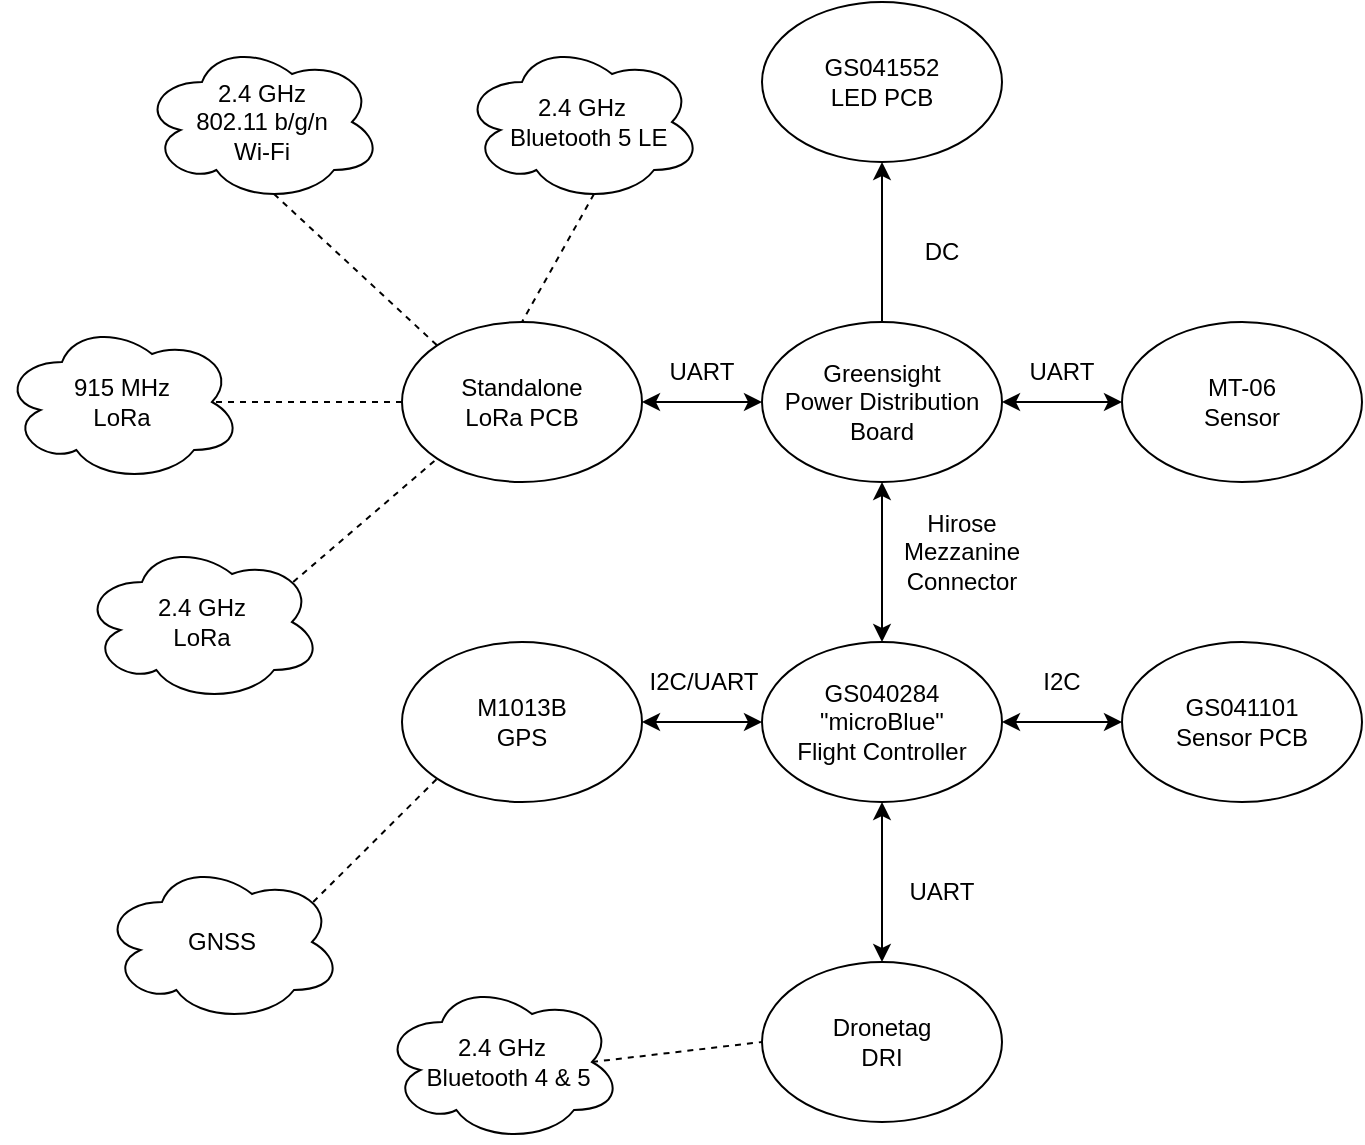
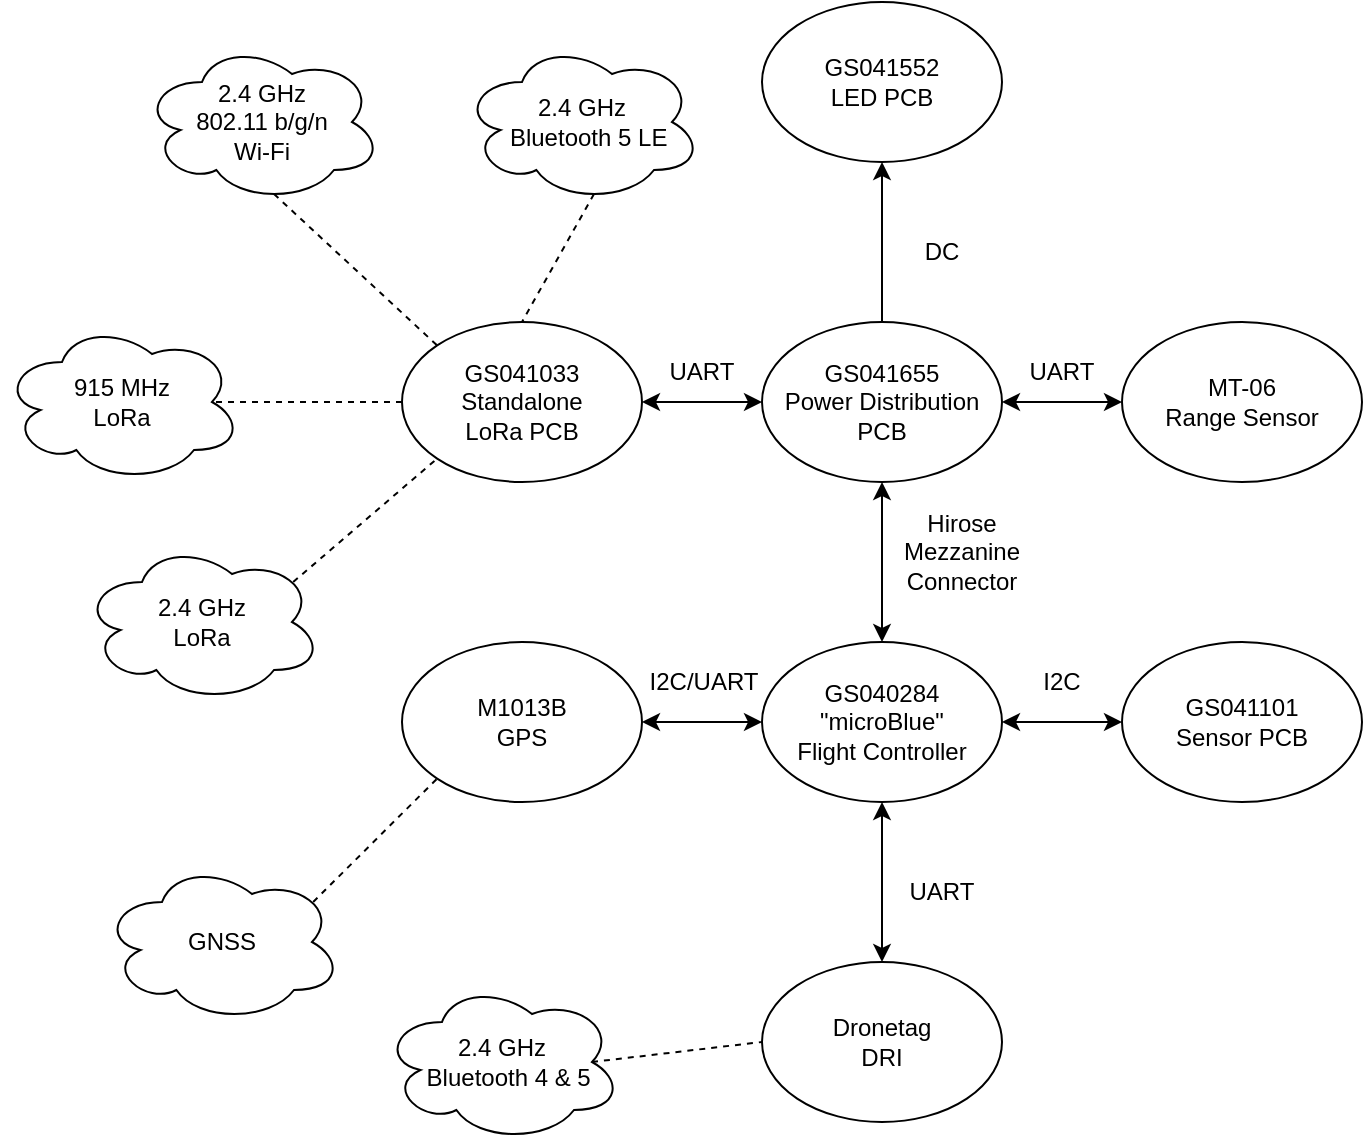
<mxfile host="app.diagrams.net">
  <diagram name="Page-1" id="Q99_MBWURrd7SVdslJ8p">
    <mxGraphModel dx="1414" dy="757" grid="1" gridSize="10" guides="1" tooltips="1" connect="1" arrows="1" fold="1" page="1" pageScale="1" pageWidth="850" pageHeight="1100" math="0" shadow="0">
      <root>
        <mxCell id="0" />
        <mxCell id="1" parent="0" />
-         <mxCell id="8UqH8qmoLQt9KmtnvXob-1" parent="1" style="ellipse;whiteSpace=wrap;html=1;" value="Standalone&lt;br&gt;LoRa PCB" vertex="1">
+         <mxCell id="8UqH8qmoLQt9KmtnvXob-1" parent="1" style="ellipse;whiteSpace=wrap;html=1;" value="GS041033&lt;br&gt;&lt;span style=&quot;background-color: transparent; color: light-dark(rgb(0, 0, 0), rgb(255, 255, 255));&quot;&gt;Standalone&lt;/span&gt;&lt;div&gt;LoRa PCB&lt;/div&gt;" vertex="1">
          <mxGeometry height="80" width="120" x="240" y="210" as="geometry" />
        </mxCell>
        <mxCell id="8UqH8qmoLQt9KmtnvXob-2" parent="1" style="ellipse;whiteSpace=wrap;html=1;" value="GS041552&lt;br&gt;LED PCB" vertex="1">
          <mxGeometry height="80" width="120" x="420" y="50" as="geometry" />
        </mxCell>
        <mxCell id="8UqH8qmoLQt9KmtnvXob-14" edge="1" parent="1" source="8UqH8qmoLQt9KmtnvXob-3" style="edgeStyle=none;rounded=0;orthogonalLoop=1;jettySize=auto;html=1;exitX=0.5;exitY=0;exitDx=0;exitDy=0;entryX=0.5;entryY=1;entryDx=0;entryDy=0;endArrow=classic;endFill=1;" target="8UqH8qmoLQt9KmtnvXob-2">
          <mxGeometry relative="1" as="geometry" />
        </mxCell>
-         <mxCell id="8UqH8qmoLQt9KmtnvXob-3" parent="1" style="ellipse;whiteSpace=wrap;html=1;" value="Greensight&lt;br&gt;Power Distribution Board" vertex="1">
+         <mxCell id="8UqH8qmoLQt9KmtnvXob-3" parent="1" style="ellipse;whiteSpace=wrap;html=1;" value="GS041655&lt;br&gt;Power Distribution PCB" vertex="1">
          <mxGeometry height="80" width="120" x="420" y="210" as="geometry" />
        </mxCell>
        <mxCell id="8UqH8qmoLQt9KmtnvXob-18" edge="1" parent="1" source="8UqH8qmoLQt9KmtnvXob-7" style="edgeStyle=none;rounded=0;orthogonalLoop=1;jettySize=auto;html=1;exitX=0;exitY=0.5;exitDx=0;exitDy=0;entryX=1;entryY=0.5;entryDx=0;entryDy=0;endArrow=classic;endFill=1;startArrow=classic;startFill=1;" target="8UqH8qmoLQt9KmtnvXob-12">
          <mxGeometry relative="1" as="geometry" />
        </mxCell>
        <mxCell id="8UqH8qmoLQt9KmtnvXob-7" parent="1" style="ellipse;whiteSpace=wrap;html=1;" value="GS040284&lt;br&gt;&quot;microBlue&quot;&lt;br&gt;Flight Controller" vertex="1">
          <mxGeometry height="80" width="120" x="420" y="370" as="geometry" />
        </mxCell>
        <mxCell id="8UqH8qmoLQt9KmtnvXob-9" parent="1" style="ellipse;whiteSpace=wrap;html=1;" value="GS041101&lt;br&gt;Sensor PCB" vertex="1">
          <mxGeometry height="80" width="120" x="600" y="370" as="geometry" />
        </mxCell>
        <mxCell id="8UqH8qmoLQt9KmtnvXob-10" parent="1" style="ellipse;whiteSpace=wrap;html=1;" value="Dronetag&lt;br&gt;DRI" vertex="1">
          <mxGeometry height="80" width="120" x="420" y="530" as="geometry" />
        </mxCell>
-         <mxCell id="8UqH8qmoLQt9KmtnvXob-11" parent="1" style="ellipse;whiteSpace=wrap;html=1;" value="MT-06&lt;br&gt;Sensor" vertex="1">
+         <mxCell id="8UqH8qmoLQt9KmtnvXob-11" parent="1" style="ellipse;whiteSpace=wrap;html=1;" value="MT-06&lt;br&gt;Range Sensor" vertex="1">
          <mxGeometry height="80" width="120" x="600" y="210" as="geometry" />
        </mxCell>
        <mxCell id="8UqH8qmoLQt9KmtnvXob-12" parent="1" style="ellipse;whiteSpace=wrap;html=1;" value="M1013B&lt;br&gt;GPS" vertex="1">
          <mxGeometry height="80" width="120" x="240" y="370" as="geometry" />
        </mxCell>
        <mxCell id="8UqH8qmoLQt9KmtnvXob-22" edge="1" parent="1" source="8UqH8qmoLQt9KmtnvXob-21" style="edgeStyle=none;rounded=0;orthogonalLoop=1;jettySize=auto;html=1;exitX=0.55;exitY=0.95;exitDx=0;exitDy=0;exitPerimeter=0;entryX=0;entryY=0;entryDx=0;entryDy=0;endArrow=none;endFill=0;dashed=1;" target="8UqH8qmoLQt9KmtnvXob-1">
          <mxGeometry relative="1" as="geometry" />
        </mxCell>
        <mxCell id="8UqH8qmoLQt9KmtnvXob-21" parent="1" style="ellipse;shape=cloud;whiteSpace=wrap;html=1;" value="2.4 GHz&lt;br&gt;802.11 b/g/n&lt;br&gt;Wi-Fi" vertex="1">
          <mxGeometry height="80" width="120" x="110" y="70" as="geometry" />
        </mxCell>
        <mxCell id="8UqH8qmoLQt9KmtnvXob-24" edge="1" parent="1" source="8UqH8qmoLQt9KmtnvXob-23" style="edgeStyle=none;rounded=0;orthogonalLoop=1;jettySize=auto;html=1;exitX=0.55;exitY=0.95;exitDx=0;exitDy=0;exitPerimeter=0;entryX=0.5;entryY=0;entryDx=0;entryDy=0;endArrow=none;endFill=0;dashed=1;" target="8UqH8qmoLQt9KmtnvXob-1">
          <mxGeometry relative="1" as="geometry" />
        </mxCell>
        <mxCell id="8UqH8qmoLQt9KmtnvXob-23" parent="1" style="ellipse;shape=cloud;whiteSpace=wrap;html=1;" value="2.4 GHz&lt;br&gt;&amp;nbsp; Bluetooth 5 LE" vertex="1">
          <mxGeometry height="80" width="120" x="270" y="70" as="geometry" />
        </mxCell>
        <mxCell id="8UqH8qmoLQt9KmtnvXob-25" parent="1" style="ellipse;shape=cloud;whiteSpace=wrap;html=1;" value="GNSS" vertex="1">
          <mxGeometry height="80" width="120" x="90" y="480" as="geometry" />
        </mxCell>
        <mxCell id="8UqH8qmoLQt9KmtnvXob-27" parent="1" style="ellipse;shape=cloud;whiteSpace=wrap;html=1;" value="915 MHz&lt;br&gt;LoRa" vertex="1">
          <mxGeometry height="80" width="120" x="40" y="210" as="geometry" />
        </mxCell>
        <mxCell id="8UqH8qmoLQt9KmtnvXob-30" edge="1" parent="1" source="8UqH8qmoLQt9KmtnvXob-1" style="edgeStyle=none;rounded=0;orthogonalLoop=1;jettySize=auto;html=1;exitX=0;exitY=0.5;exitDx=0;exitDy=0;entryX=0.875;entryY=0.5;entryDx=0;entryDy=0;entryPerimeter=0;endArrow=none;endFill=0;dashed=1;" target="8UqH8qmoLQt9KmtnvXob-27">
          <mxGeometry relative="1" as="geometry" />
        </mxCell>
        <mxCell id="8UqH8qmoLQt9KmtnvXob-40" edge="1" parent="1" source="8UqH8qmoLQt9KmtnvXob-10" style="endArrow=classic;startArrow=classic;html=1;rounded=0;entryX=0.5;entryY=1;entryDx=0;entryDy=0;exitX=0.5;exitY=0;exitDx=0;exitDy=0;" target="8UqH8qmoLQt9KmtnvXob-7" value="">
          <mxGeometry height="50" relative="1" width="50" as="geometry">
            <mxPoint x="400" y="410" as="sourcePoint" />
            <mxPoint x="450" y="360" as="targetPoint" />
          </mxGeometry>
        </mxCell>
        <mxCell id="8UqH8qmoLQt9KmtnvXob-41" edge="1" parent="1" source="8UqH8qmoLQt9KmtnvXob-9" style="edgeStyle=none;rounded=0;orthogonalLoop=1;jettySize=auto;html=1;entryX=1;entryY=0.5;entryDx=0;entryDy=0;exitX=0;exitY=0.5;exitDx=0;exitDy=0;startArrow=classic;startFill=1;" target="8UqH8qmoLQt9KmtnvXob-7">
          <mxGeometry relative="1" as="geometry" />
        </mxCell>
        <mxCell id="8UqH8qmoLQt9KmtnvXob-42" edge="1" parent="1" source="8UqH8qmoLQt9KmtnvXob-7" style="endArrow=classic;startArrow=classic;html=1;rounded=0;entryX=0.5;entryY=1;entryDx=0;entryDy=0;exitX=0.5;exitY=0;exitDx=0;exitDy=0;" target="8UqH8qmoLQt9KmtnvXob-3" value="">
          <mxGeometry height="50" relative="1" width="50" as="geometry">
            <mxPoint x="400" y="410" as="sourcePoint" />
            <mxPoint x="450" y="360" as="targetPoint" />
          </mxGeometry>
        </mxCell>
        <mxCell id="8UqH8qmoLQt9KmtnvXob-44" edge="1" parent="1" source="8UqH8qmoLQt9KmtnvXob-3" style="endArrow=classic;startArrow=classic;html=1;rounded=0;exitX=1;exitY=0.5;exitDx=0;exitDy=0;entryX=0;entryY=0.5;entryDx=0;entryDy=0;" target="8UqH8qmoLQt9KmtnvXob-11" value="">
          <mxGeometry height="50" relative="1" width="50" as="geometry">
            <mxPoint x="520" y="310" as="sourcePoint" />
            <mxPoint x="570" y="260" as="targetPoint" />
          </mxGeometry>
        </mxCell>
        <mxCell id="8UqH8qmoLQt9KmtnvXob-45" edge="1" parent="1" source="8UqH8qmoLQt9KmtnvXob-1" style="endArrow=classic;startArrow=classic;html=1;rounded=0;entryX=0;entryY=0.5;entryDx=0;entryDy=0;exitX=1;exitY=0.5;exitDx=0;exitDy=0;" target="8UqH8qmoLQt9KmtnvXob-3" value="">
          <mxGeometry height="50" relative="1" width="50" as="geometry">
            <mxPoint x="400" y="410" as="sourcePoint" />
            <mxPoint x="450" y="360" as="targetPoint" />
          </mxGeometry>
        </mxCell>
        <mxCell id="8UqH8qmoLQt9KmtnvXob-46" edge="1" parent="1" source="8UqH8qmoLQt9KmtnvXob-25" style="endArrow=none;dashed=1;html=1;rounded=0;entryX=0;entryY=1;entryDx=0;entryDy=0;exitX=0.88;exitY=0.25;exitDx=0;exitDy=0;exitPerimeter=0;" target="8UqH8qmoLQt9KmtnvXob-12" value="">
          <mxGeometry height="50" relative="1" width="50" as="geometry">
            <mxPoint x="200" y="490" as="sourcePoint" />
            <mxPoint x="250" y="440" as="targetPoint" />
          </mxGeometry>
        </mxCell>
        <mxCell id="8UqH8qmoLQt9KmtnvXob-47" parent="1" style="text;html=1;whiteSpace=wrap;strokeColor=none;fillColor=none;align=center;verticalAlign=middle;rounded=0;" value="Hirose Mezzanine&lt;br&gt;Connector" vertex="1">
          <mxGeometry height="30" width="60" x="490" y="310" as="geometry" />
        </mxCell>
        <mxCell id="8UqH8qmoLQt9KmtnvXob-48" parent="1" style="text;html=1;whiteSpace=wrap;strokeColor=none;fillColor=none;align=center;verticalAlign=middle;rounded=0;" value="DC" vertex="1">
          <mxGeometry height="30" width="60" x="480" y="160" as="geometry" />
        </mxCell>
        <mxCell id="8UqH8qmoLQt9KmtnvXob-49" parent="1" style="text;html=1;whiteSpace=wrap;strokeColor=none;fillColor=none;align=center;verticalAlign=middle;rounded=0;" value="UART" vertex="1">
          <mxGeometry height="30" width="60" x="480" y="480" as="geometry" />
        </mxCell>
        <mxCell id="8UqH8qmoLQt9KmtnvXob-50" parent="1" style="text;html=1;whiteSpace=wrap;strokeColor=none;fillColor=none;align=center;verticalAlign=middle;rounded=0;" value="I2C/UART" vertex="1">
          <mxGeometry height="30" width="60" x="361" y="375" as="geometry" />
        </mxCell>
        <mxCell id="8UqH8qmoLQt9KmtnvXob-51" parent="1" style="text;html=1;whiteSpace=wrap;strokeColor=none;fillColor=none;align=center;verticalAlign=middle;rounded=0;" value="I2C" vertex="1">
          <mxGeometry height="30" width="60" x="540" y="375" as="geometry" />
        </mxCell>
        <mxCell id="8UqH8qmoLQt9KmtnvXob-52" parent="1" style="text;html=1;whiteSpace=wrap;strokeColor=none;fillColor=none;align=center;verticalAlign=middle;rounded=0;" value="UART" vertex="1">
          <mxGeometry height="30" width="60" x="360" y="220" as="geometry" />
        </mxCell>
        <mxCell id="8UqH8qmoLQt9KmtnvXob-54" edge="1" parent="1" source="8UqH8qmoLQt9KmtnvXob-53" style="edgeStyle=none;rounded=0;orthogonalLoop=1;jettySize=auto;html=1;exitX=0.875;exitY=0.5;exitDx=0;exitDy=0;exitPerimeter=0;entryX=0;entryY=0.5;entryDx=0;entryDy=0;dashed=1;endArrow=none;endFill=0;" target="8UqH8qmoLQt9KmtnvXob-10">
          <mxGeometry relative="1" as="geometry" />
        </mxCell>
        <mxCell id="8UqH8qmoLQt9KmtnvXob-53" parent="1" style="ellipse;shape=cloud;whiteSpace=wrap;html=1;" value="2.4 GHz&lt;br&gt;&amp;nbsp; &amp;nbsp;Bluetooth 4 &amp;amp; 5&amp;nbsp;" vertex="1">
          <mxGeometry height="80" width="120" x="230" y="540" as="geometry" />
        </mxCell>
        <mxCell id="8UqH8qmoLQt9KmtnvXob-55" parent="1" style="text;html=1;whiteSpace=wrap;strokeColor=none;fillColor=none;align=center;verticalAlign=middle;rounded=0;" value="UART" vertex="1">
          <mxGeometry height="30" width="60" x="540" y="220" as="geometry" />
        </mxCell>
        <mxCell id="8UqH8qmoLQt9KmtnvXob-59" edge="1" parent="1" source="8UqH8qmoLQt9KmtnvXob-58" style="edgeStyle=none;rounded=0;orthogonalLoop=1;jettySize=auto;html=1;exitX=0.88;exitY=0.25;exitDx=0;exitDy=0;exitPerimeter=0;entryX=0;entryY=1;entryDx=0;entryDy=0;dashed=1;endArrow=none;endFill=0;" target="8UqH8qmoLQt9KmtnvXob-1">
          <mxGeometry relative="1" as="geometry" />
        </mxCell>
        <mxCell id="8UqH8qmoLQt9KmtnvXob-58" parent="1" style="ellipse;shape=cloud;whiteSpace=wrap;html=1;" value="2.4 GHz&lt;br&gt;LoRa" vertex="1">
          <mxGeometry height="80" width="120" x="80" y="320" as="geometry" />
        </mxCell>
      </root>
    </mxGraphModel>
  </diagram>
</mxfile>
